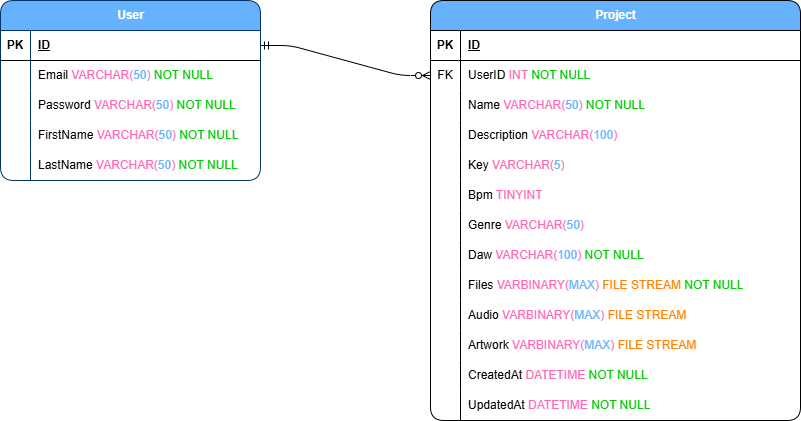
Before: documentation/diagrams/beatblock_erd.drawio.png, a diagram exported from draw.io (damian-pillay/beat-block). Source tidied: cells renumbered, new cells last; positions are measured from the earlier drawing's top-left corner, leaving out a move shared by most shapes.
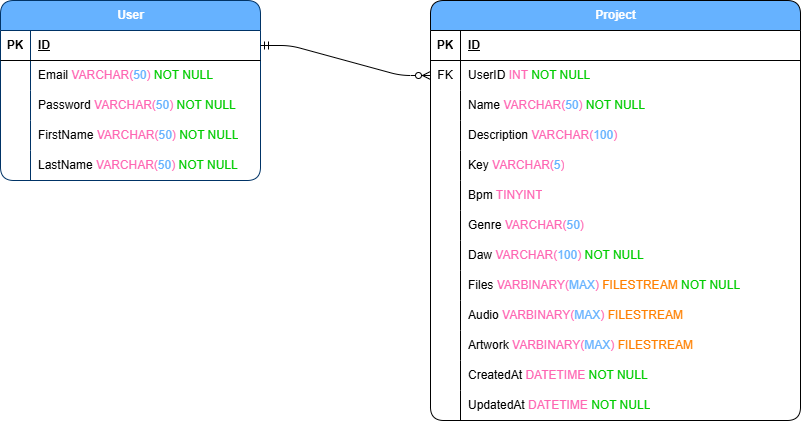
The same diagram one commit later.

Diff of the diagram source:
```diff
@@ -83,7 +83,7 @@
     <mxCell id="28" style="shape=partialRectangle;fillColor=none;top=0;left=0;bottom=0;right=0;overflow=hidden;whiteSpace=wrap;html=1;" parent="27" vertex="1">
       <mxGeometry width="30" height="30" as="geometry" />
     </mxCell>
-    <mxCell id="29" value="Files &lt;font style=&quot;color: rgb(255, 102, 179);&quot;&gt;VARBINARY(&lt;/font&gt;&lt;font style=&quot;color: rgb(102, 178, 255);&quot;&gt;MAX&lt;/font&gt;&lt;font style=&quot;color: rgb(255, 102, 179);&quot;&gt;) &lt;/font&gt;&lt;font style=&quot;color: rgb(255, 128, 0);&quot;&gt;FILE STREAM&lt;/font&gt;&lt;font style=&quot;color: rgb(255, 102, 179);&quot;&gt;&amp;nbsp;&lt;/font&gt;&lt;span style=&quot;color: rgb(0, 204, 0);&quot;&gt;NOT NULL&lt;/span&gt;" style="shape=partialRectangle;fillColor=none;top=0;left=0;bottom=0;right=0;align=left;spacingLeft=6;overflow=hidden;whiteSpace=wrap;html=1;" parent="27" vertex="1">
+    <mxCell id="29" value="Files &lt;font style=&quot;color: rgb(255, 102, 179);&quot;&gt;VARBINARY(&lt;/font&gt;&lt;font style=&quot;color: rgb(102, 178, 255);&quot;&gt;MAX&lt;/font&gt;&lt;font style=&quot;color: rgb(255, 102, 179);&quot;&gt;) &lt;/font&gt;&lt;font style=&quot;color: rgb(255, 128, 0);&quot;&gt;FILESTREAM&lt;/font&gt;&lt;font style=&quot;color: rgb(255, 102, 179);&quot;&gt;&amp;nbsp;&lt;/font&gt;&lt;span style=&quot;color: rgb(0, 204, 0);&quot;&gt;NOT NULL&lt;/span&gt;" style="shape=partialRectangle;fillColor=none;top=0;left=0;bottom=0;right=0;align=left;spacingLeft=6;overflow=hidden;whiteSpace=wrap;html=1;" parent="27" vertex="1">
       <mxGeometry x="30" width="340" height="30" as="geometry" />
     </mxCell>
     <mxCell id="30" style="shape=tableRow;horizontal=0;startSize=0;swimlaneHead=0;swimlaneBody=0;fillColor=none;top=0;left=0;right=0;bottom=0;" parent="2" vertex="1">
@@ -92,7 +92,7 @@
     <mxCell id="31" style="shape=partialRectangle;fillColor=none;top=0;left=0;bottom=0;right=0;overflow=hidden;whiteSpace=wrap;html=1;" parent="30" vertex="1">
       <mxGeometry width="30" height="30" as="geometry" />
     </mxCell>
-    <mxCell id="32" value="Audio&amp;nbsp;&lt;font style=&quot;color: rgb(255, 102, 179);&quot;&gt;VARBINARY(&lt;/font&gt;&lt;font style=&quot;color: rgb(102, 178, 255);&quot;&gt;MAX&lt;/font&gt;&lt;font style=&quot;color: rgb(255, 102, 179);&quot;&gt;)&amp;nbsp;&lt;/font&gt;&lt;span&gt;&lt;font style=&quot;color: rgb(255, 128, 0);&quot;&gt;FILE STREAM&lt;/font&gt;&lt;/span&gt;" style="shape=partialRectangle;fillColor=none;top=0;left=0;bottom=0;right=0;align=left;spacingLeft=6;overflow=hidden;whiteSpace=wrap;html=1;" parent="30" vertex="1">
+    <mxCell id="32" value="Audio&amp;nbsp;&lt;font style=&quot;color: rgb(255, 102, 179);&quot;&gt;VARBINARY(&lt;/font&gt;&lt;font style=&quot;color: rgb(102, 178, 255);&quot;&gt;MAX&lt;/font&gt;&lt;font style=&quot;color: rgb(255, 102, 179);&quot;&gt;)&amp;nbsp;&lt;/font&gt;&lt;span&gt;&lt;font style=&quot;color: rgb(255, 128, 0);&quot;&gt;FILESTREAM&lt;/font&gt;&lt;/span&gt;" style="shape=partialRectangle;fillColor=none;top=0;left=0;bottom=0;right=0;align=left;spacingLeft=6;overflow=hidden;whiteSpace=wrap;html=1;" parent="30" vertex="1">
       <mxGeometry x="30" width="340" height="30" as="geometry" />
     </mxCell>
     <mxCell id="33" style="shape=tableRow;horizontal=0;startSize=0;swimlaneHead=0;swimlaneBody=0;fillColor=none;top=0;left=0;right=0;bottom=0;" parent="2" vertex="1">
@@ -101,7 +101,7 @@
     <mxCell id="34" style="shape=partialRectangle;fillColor=none;top=0;left=0;bottom=0;right=0;overflow=hidden;whiteSpace=wrap;html=1;" parent="33" vertex="1">
       <mxGeometry width="30" height="30" as="geometry" />
     </mxCell>
-    <mxCell id="35" value="Artwork&amp;nbsp;&lt;font style=&quot;color: rgb(255, 102, 179);&quot;&gt;VARBINARY(&lt;/font&gt;&lt;font style=&quot;color: rgb(102, 178, 255);&quot;&gt;MAX&lt;/font&gt;&lt;font style=&quot;color: rgb(255, 102, 179);&quot;&gt;)&amp;nbsp;&lt;/font&gt;&lt;span&gt;&lt;font style=&quot;color: rgb(255, 128, 0);&quot;&gt;FILE STREAM&lt;/font&gt;&lt;/span&gt;" style="shape=partialRectangle;fillColor=none;top=0;left=0;bottom=0;right=0;align=left;spacingLeft=6;overflow=hidden;whiteSpace=wrap;html=1;" parent="33" vertex="1">
+    <mxCell id="35" value="Artwork&amp;nbsp;&lt;font style=&quot;color: rgb(255, 102, 179);&quot;&gt;VARBINARY(&lt;/font&gt;&lt;font style=&quot;color: rgb(102, 178, 255);&quot;&gt;MAX&lt;/font&gt;&lt;font style=&quot;color: rgb(255, 102, 179);&quot;&gt;)&amp;nbsp;&lt;/font&gt;&lt;span&gt;&lt;font style=&quot;color: rgb(255, 128, 0);&quot;&gt;FILESTREAM&lt;/font&gt;&lt;/span&gt;" style="shape=partialRectangle;fillColor=none;top=0;left=0;bottom=0;right=0;align=left;spacingLeft=6;overflow=hidden;whiteSpace=wrap;html=1;" parent="33" vertex="1">
       <mxGeometry x="30" width="340" height="30" as="geometry" />
     </mxCell>
     <mxCell id="36" style="shape=tableRow;horizontal=0;startSize=0;swimlaneHead=0;swimlaneBody=0;fillColor=none;top=0;left=0;right=0;bottom=0;" parent="2" vertex="1">
```
